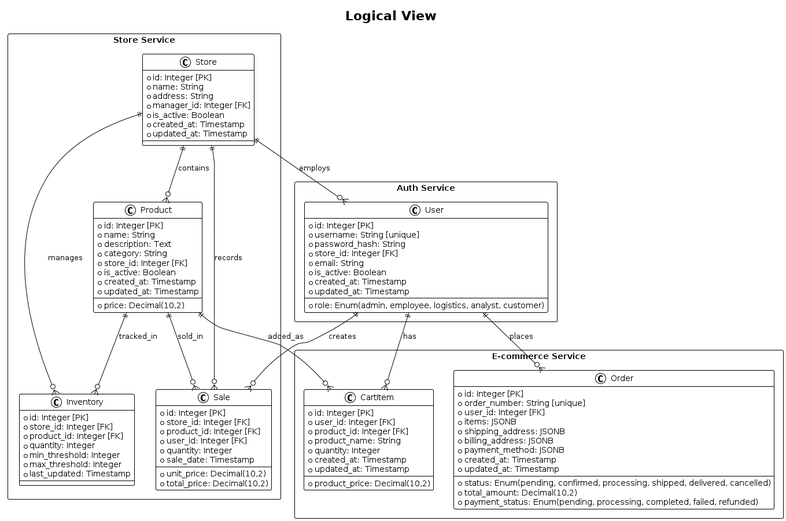
Massy-Haddad/LOG-430-Laboratoire-01 keeps this PlantUML diagram as docs/UML/logical-view.png. Above is the earlier version. Its diagram source:
```plantuml
@startuml logical-view
!theme plain
skinparam packageStyle rectangle

title Logical View

package "Auth Service" {
  class User {
    +id: Integer [PK]
    +username: String [unique]
    +password_hash: String
    +role: Enum(admin, employee, logistics, analyst, customer)
    +store_id: Integer [FK]
    +email: String
    +is_active: Boolean
    +created_at: Timestamp
    +updated_at: Timestamp
  }
}

package "Store Service" {
  class Store {
    +id: Integer [PK]
    +name: String
    +address: String
    +manager_id: Integer [FK]
    +is_active: Boolean
    +created_at: Timestamp
    +updated_at: Timestamp
  }

  class Product {
    +id: Integer [PK]
    +name: String
    +description: Text
    +price: Decimal(10,2)
    +category: String
    +store_id: Integer [FK]
    +is_active: Boolean
    +created_at: Timestamp
    +updated_at: Timestamp
  }

  class Inventory {
    +id: Integer [PK]
    +store_id: Integer [FK]
    +product_id: Integer [FK]
    +quantity: Integer
    +min_threshold: Integer
    +max_threshold: Integer
    +last_updated: Timestamp
  }

  class Sale {
    +id: Integer [PK]
    +store_id: Integer [FK]
    +product_id: Integer [FK]
    +user_id: Integer [FK]
    +quantity: Integer
    +unit_price: Decimal(10,2)
    +total_price: Decimal(10,2)
    +sale_date: Timestamp
  }
}

package "E-commerce Service" {
  class CartItem {
    +id: Integer [PK]
    +user_id: Integer [FK]
    +product_id: Integer [FK]
    +product_name: String
    +product_price: Decimal(10,2)
    +quantity: Integer
    +created_at: Timestamp
    +updated_at: Timestamp
  }

  class Order {
    +id: Integer [PK]
    +order_number: String [unique]
    +user_id: Integer [FK]
    +status: Enum(pending, confirmed, processing, shipped, delivered, cancelled)
    +total_amount: Decimal(10,2)
    +items: JSONB
    +shipping_address: JSONB
    +billing_address: JSONB
    +payment_method: JSONB
    +payment_status: Enum(pending, processing, completed, failed, refunded)
    +created_at: Timestamp
    +updated_at: Timestamp
  }
}

User ||--o{ Sale : creates
User ||--o{ CartItem : has
User ||--o{ Order : places
Store ||--o{ User : employs
Store ||--o{ Product : contains
Store ||--o{ Sale : records
Store ||--o{ Inventory : manages
Product ||--o{ Sale : sold_in
Product ||--o{ CartItem : added_as
Product ||--o{ Inventory : tracked_in

@enduml
```
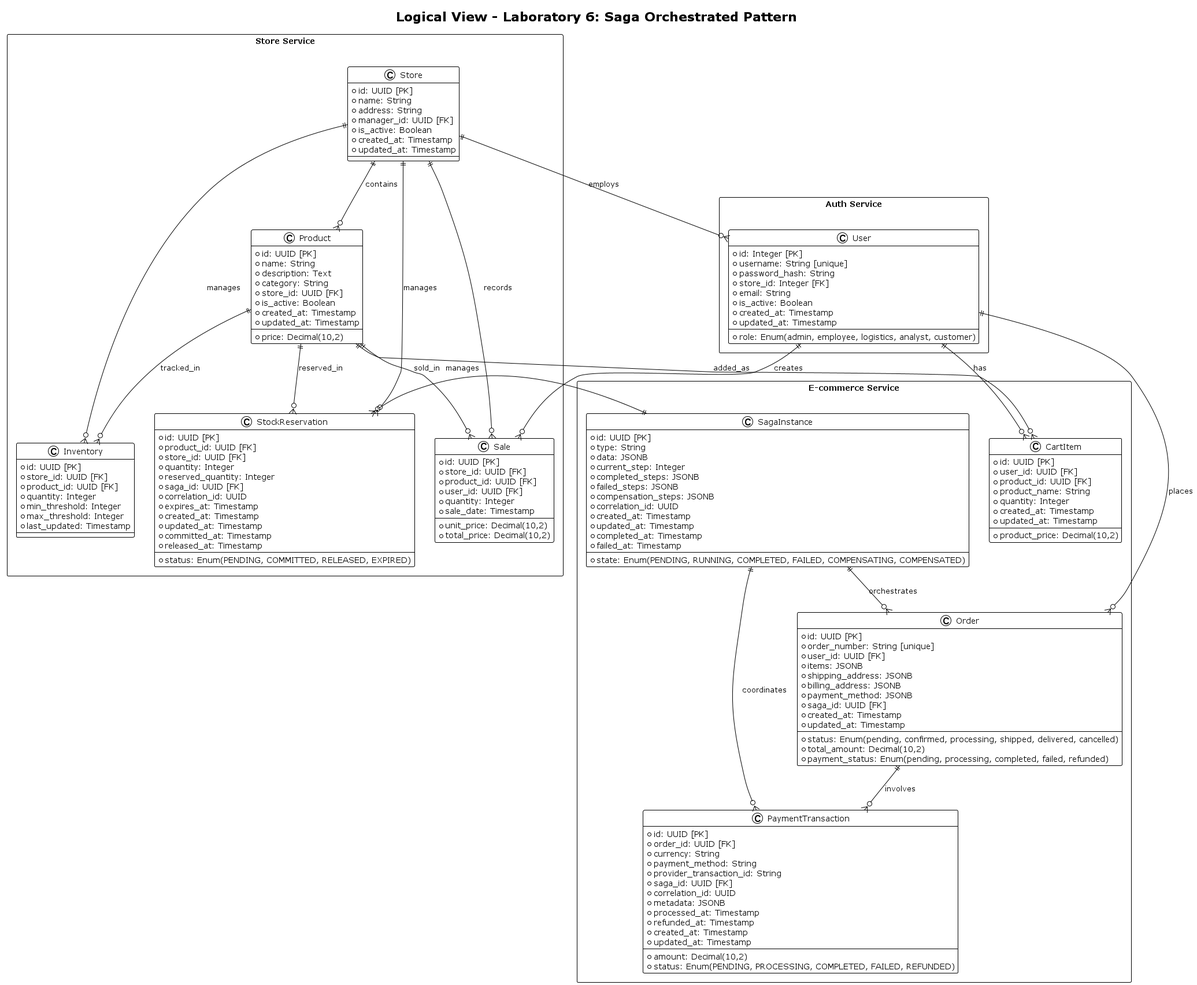
After the commit.

Diff of the diagram source:
```diff
@@ -2,7 +2,7 @@
 !theme plain
 skinparam packageStyle rectangle
 
-title Logical View
+title Logical View - Laboratory 6: Saga Orchestrated Pattern
 
 package "Auth Service" {
   class User {
@@ -20,31 +20,31 @@
 
 package "Store Service" {
   class Store {
-    +id: Integer [PK]
+    +id: UUID [PK]
     +name: String
     +address: String
-    +manager_id: Integer [FK]
+    +manager_id: UUID [FK]
     +is_active: Boolean
     +created_at: Timestamp
     +updated_at: Timestamp
   }
 
   class Product {
-    +id: Integer [PK]
+    +id: UUID [PK]
     +name: String
     +description: Text
     +price: Decimal(10,2)
     +category: String
-    +store_id: Integer [FK]
+    +store_id: UUID [FK]
     +is_active: Boolean
     +created_at: Timestamp
     +updated_at: Timestamp
   }
 
   class Inventory {
-    +id: Integer [PK]
-    +store_id: Integer [FK]
-    +product_id: Integer [FK]
+    +id: UUID [PK]
+    +store_id: UUID [FK]
+    +product_id: UUID [FK]
     +quantity: Integer
     +min_threshold: Integer
     +max_threshold: Integer
@@ -52,22 +52,38 @@
   }
 
   class Sale {
-    +id: Integer [PK]
-    +store_id: Integer [FK]
-    +product_id: Integer [FK]
-    +user_id: Integer [FK]
+    +id: UUID [PK]
+    +store_id: UUID [FK]
+    +product_id: UUID [FK]
+    +user_id: UUID [FK]
     +quantity: Integer
     +unit_price: Decimal(10,2)
     +total_price: Decimal(10,2)
     +sale_date: Timestamp
   }
+
+  class StockReservation {
+    +id: UUID [PK]
+    +product_id: UUID [FK]
+    +store_id: UUID [FK]
+    +quantity: Integer
+    +reserved_quantity: Integer
+    +status: Enum(PENDING, COMMITTED, RELEASED, EXPIRED)
+    +saga_id: UUID [FK]
+    +correlation_id: UUID
+    +expires_at: Timestamp
+    +created_at: Timestamp
+    +updated_at: Timestamp
+    +committed_at: Timestamp
+    +released_at: Timestamp
+  }
 }
 
 package "E-commerce Service" {
   class CartItem {
-    +id: Integer [PK]
-    +user_id: Integer [FK]
-    +product_id: Integer [FK]
+    +id: UUID [PK]
+    +user_id: UUID [FK]
+    +product_id: UUID [FK]
     +product_name: String
     +product_price: Decimal(10,2)
     +quantity: Integer
@@ -76,9 +92,9 @@
   }
 
   class Order {
-    +id: Integer [PK]
+    +id: UUID [PK]
     +order_number: String [unique]
-    +user_id: Integer [FK]
+    +user_id: UUID [FK]
     +status: Enum(pending, confirmed, processing, shipped, delivered, cancelled)
     +total_amount: Decimal(10,2)
     +items: JSONB
@@ -86,6 +102,40 @@
     +billing_address: JSONB
     +payment_method: JSONB
     +payment_status: Enum(pending, processing, completed, failed, refunded)
+    +saga_id: UUID [FK]
+    +created_at: Timestamp
+    +updated_at: Timestamp
+  }
+
+  class SagaInstance {
+    +id: UUID [PK]
+    +type: String
+    +data: JSONB
+    +state: Enum(PENDING, RUNNING, COMPLETED, FAILED, COMPENSATING, COMPENSATED)
+    +current_step: Integer
+    +completed_steps: JSONB
+    +failed_steps: JSONB
+    +compensation_steps: JSONB
+    +correlation_id: UUID
+    +created_at: Timestamp
+    +updated_at: Timestamp
+    +completed_at: Timestamp
+    +failed_at: Timestamp
+  }
+
+  class PaymentTransaction {
+    +id: UUID [PK]
+    +order_id: UUID [FK]
+    +amount: Decimal(10,2)
+    +currency: String
+    +payment_method: String
+    +provider_transaction_id: String
+    +status: Enum(PENDING, PROCESSING, COMPLETED, FAILED, REFUNDED)
+    +saga_id: UUID [FK]
+    +correlation_id: UUID
+    +metadata: JSONB
+    +processed_at: Timestamp
+    +refunded_at: Timestamp
     +created_at: Timestamp
     +updated_at: Timestamp
   }
@@ -98,8 +148,14 @@
 Store ||--o{ Product : contains
 Store ||--o{ Sale : records
 Store ||--o{ Inventory : manages
+Store ||--o{ StockReservation : manages
 Product ||--o{ Sale : sold_in
 Product ||--o{ CartItem : added_as
 Product ||--o{ Inventory : tracked_in
+Product ||--o{ StockReservation : reserved_in
+SagaInstance ||--o{ Order : orchestrates
+SagaInstance ||--o{ PaymentTransaction : coordinates
+SagaInstance ||--o{ StockReservation : manages
+Order ||--o{ PaymentTransaction : involves
 
 @enduml
```
